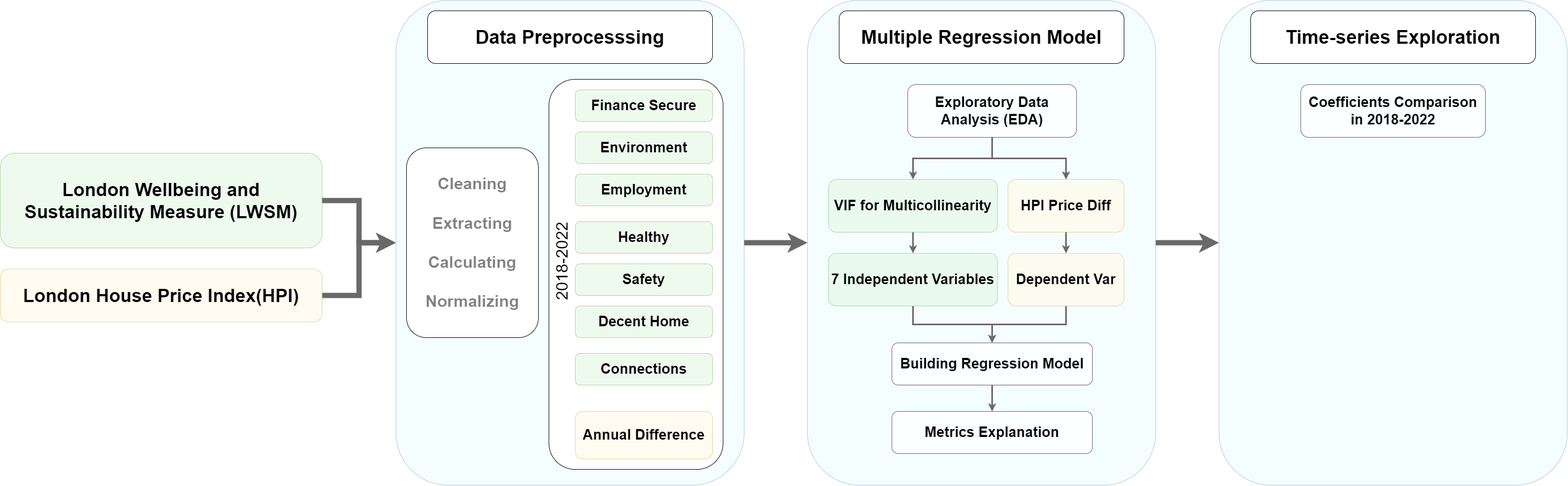
This is images/research_structure.png from BohaoSuCC/CASA0007A2QMBohaoSu, a draw.io export, as it was before one commit. Source tidied: cells renumbered, new cells last; positions are measured from the earlier drawing's top-left corner, leaving out a move shared by most shapes. Its diagram source:
```xml
<mxGraphModel>
  <root>
    <mxCell id="0" />
    <mxCell id="1" parent="0" />
    <mxCell id="2" style="rounded=1;whiteSpace=wrap;html=1;fontSize=30;fillColor=#EBFEFF;strokeColor=#6c8ebf;opacity=50;" parent="1" vertex="1">
      <mxGeometry x="750" width="660" height="920" as="geometry" />
    </mxCell>
    <mxCell id="3" style="rounded=1;whiteSpace=wrap;html=1;fontSize=31;fontStyle=1;textOpacity=50;" parent="1" vertex="1">
      <mxGeometry x="1040" y="150" width="330" height="740" as="geometry" />
    </mxCell>
    <mxCell id="4" style="edgeStyle=orthogonalEdgeStyle;rounded=0;jettySize=auto;html=1;exitX=1;exitY=0.5;exitDx=0;exitDy=0;entryX=0;entryY=0.5;entryDx=0;entryDy=0;strokeColor=#696969;strokeWidth=10;fontSize=27;" parent="1" edge="1" source="5" target="2">
      <mxGeometry relative="1" as="geometry" />
    </mxCell>
    <mxCell id="5" value="London House Price Index(HPI)" style="rounded=1;whiteSpace=wrap;html=1;fontSize=35;fontStyle=1;fillColor=#FFF9E6;strokeColor=#d6b656;opacity=60;" parent="1" vertex="1">
      <mxGeometry y="510" width="610" height="100" as="geometry" />
    </mxCell>
    <mxCell id="6" style="edgeStyle=orthogonalEdgeStyle;rounded=0;jettySize=auto;html=1;exitX=1;exitY=0.5;exitDx=0;exitDy=0;strokeColor=#696969;strokeWidth=10;fontSize=27;" parent="1" edge="1" source="7">
      <mxGeometry relative="1" as="geometry">
        <mxPoint x="750" y="460" as="targetPoint" />
      </mxGeometry>
    </mxCell>
    <mxCell id="7" value="London Wellbeing and Sustainability Measure (LWSM)" style="rounded=1;whiteSpace=wrap;html=1;fontSize=35;fontStyle=1;fillColor=#E3F7E2;strokeColor=#82b366;opacity=60;" parent="1" vertex="1">
      <mxGeometry y="290" width="610" height="180" as="geometry" />
    </mxCell>
    <mxCell id="8" style="edgeStyle=orthogonalEdgeStyle;rounded=0;jettySize=auto;html=1;exitX=1;exitY=0.5;exitDx=0;exitDy=0;entryX=0;entryY=0.5;entryDx=0;entryDy=0;fontSize=37;strokeWidth=10;strokeColor=#696969;" parent="1" edge="1" source="2" target="10">
      <mxGeometry relative="1" as="geometry" />
    </mxCell>
    <mxCell id="9" style="edgeStyle=orthogonalEdgeStyle;rounded=0;jettySize=auto;html=1;exitX=1;exitY=0.5;exitDx=0;exitDy=0;entryX=0;entryY=0.5;entryDx=0;entryDy=0;strokeColor=#696969;strokeWidth=10;fontSize=37;" parent="1" edge="1" source="10" target="11">
      <mxGeometry relative="1" as="geometry" />
    </mxCell>
    <mxCell id="10" style="rounded=1;whiteSpace=wrap;html=1;fontSize=30;fillColor=#EBFEFF;strokeColor=#6c8ebf;opacity=50;" parent="1" vertex="1">
      <mxGeometry x="1530" width="660" height="920" as="geometry" />
    </mxCell>
    <mxCell id="11" style="rounded=1;whiteSpace=wrap;html=1;fontSize=30;fillColor=#EBFEFF;strokeColor=#6c8ebf;opacity=50;" parent="1" vertex="1">
      <mxGeometry x="2310" width="660" height="920" as="geometry" />
    </mxCell>
    <mxCell id="12" value="Data Preprocesssing" style="rounded=1;whiteSpace=wrap;html=1;fontSize=36;fontStyle=1;" parent="1" vertex="1">
      <mxGeometry x="810" y="20" width="540" height="100" as="geometry" />
    </mxCell>
    <mxCell id="13" value="Multiple Regression Model" style="rounded=1;whiteSpace=wrap;html=1;fontSize=36;fontStyle=1;" parent="1" vertex="1">
      <mxGeometry x="1590" y="20" width="540" height="100" as="geometry" />
    </mxCell>
    <mxCell id="14" value="Time-series Exploration" style="rounded=1;whiteSpace=wrap;html=1;fontSize=36;fontStyle=1;" parent="1" vertex="1">
      <mxGeometry x="2370" y="20" width="540" height="100" as="geometry" />
    </mxCell>
    <mxCell id="15" value="Finance Secure" style="rounded=1;whiteSpace=wrap;html=1;fontSize=27;fillColor=#E3F7E2;opacity=60;strokeColor=#82b366;fontStyle=1;" parent="1" vertex="1">
      <mxGeometry x="1090" y="170" width="260" height="60" as="geometry" />
    </mxCell>
    <mxCell id="16" value="Environment" style="rounded=1;whiteSpace=wrap;html=1;fontSize=27;fillColor=#E3F7E2;opacity=60;strokeColor=#82b366;fontStyle=1;" parent="1" vertex="1">
      <mxGeometry x="1090" y="250" width="260" height="60" as="geometry" />
    </mxCell>
    <mxCell id="17" value="Employment" style="rounded=1;whiteSpace=wrap;html=1;fontSize=27;fillColor=#E3F7E2;opacity=60;strokeColor=#82b366;fontStyle=1;" parent="1" vertex="1">
      <mxGeometry x="1090" y="330" width="260" height="60" as="geometry" />
    </mxCell>
    <mxCell id="18" value="Healthy" style="rounded=1;whiteSpace=wrap;html=1;fontSize=27;fillColor=#E3F7E2;opacity=60;strokeColor=#82b366;fontStyle=1;" parent="1" vertex="1">
      <mxGeometry x="1090" y="420" width="260" height="60" as="geometry" />
    </mxCell>
    <mxCell id="19" value="Safety" style="rounded=1;whiteSpace=wrap;html=1;fontSize=27;fillColor=#E3F7E2;opacity=60;strokeColor=#82b366;fontStyle=1;" parent="1" vertex="1">
      <mxGeometry x="1090" y="500" width="260" height="60" as="geometry" />
    </mxCell>
    <mxCell id="20" value="Decent Home" style="rounded=1;whiteSpace=wrap;html=1;fontSize=27;fillColor=#E3F7E2;opacity=60;strokeColor=#82b366;fontStyle=1;" parent="1" vertex="1">
      <mxGeometry x="1090" y="580" width="260" height="60" as="geometry" />
    </mxCell>
    <mxCell id="21" value="Connections" style="rounded=1;whiteSpace=wrap;html=1;fontSize=27;fillColor=#E3F7E2;opacity=60;strokeColor=#82b366;fontStyle=1;" parent="1" vertex="1">
      <mxGeometry x="1090" y="670" width="260" height="60" as="geometry" />
    </mxCell>
    <mxCell id="22" value="Annual Difference" style="rounded=1;whiteSpace=wrap;html=1;fontSize=27;fillColor=#FFF9E6;opacity=60;strokeColor=#d6b656;fontStyle=1;" parent="1" vertex="1">
      <mxGeometry x="1090" y="780" width="260" height="90" as="geometry" />
    </mxCell>
    <mxCell id="23" value="Cleaning&lt;br style=&quot;font-size: 31px;&quot;&gt;&lt;br style=&quot;font-size: 31px;&quot;&gt;Extracting&lt;br style=&quot;font-size: 31px;&quot;&gt;&lt;br style=&quot;font-size: 31px;&quot;&gt;Calculating&lt;br style=&quot;font-size: 31px;&quot;&gt;&lt;br style=&quot;font-size: 31px;&quot;&gt;Normalizing" style="rounded=1;whiteSpace=wrap;html=1;fontSize=31;fontStyle=1;textOpacity=50;" parent="1" vertex="1">
      <mxGeometry x="770" y="280" width="250" height="360" as="geometry" />
    </mxCell>
    <mxCell id="24" style="edgeStyle=orthogonalEdgeStyle;rounded=0;jettySize=auto;html=1;exitX=0.5;exitY=1;exitDx=0;exitDy=0;entryX=0.5;entryY=0;entryDx=0;entryDy=0;strokeColor=#696969;strokeWidth=3;fontSize=32;" parent="1" edge="1" source="25" target="30">
      <mxGeometry relative="1" as="geometry" />
    </mxCell>
    <mxCell id="25" value="VIF for Multicollinearity" style="rounded=1;whiteSpace=wrap;html=1;fontSize=27;fillColor=#E3F7E2;opacity=60;strokeColor=#82b366;fontStyle=1;" parent="1" vertex="1">
      <mxGeometry x="1570" y="340" width="320" height="100" as="geometry" />
    </mxCell>
    <mxCell id="26" style="edgeStyle=orthogonalEdgeStyle;rounded=0;jettySize=auto;html=1;exitX=0.5;exitY=1;exitDx=0;exitDy=0;entryX=0.5;entryY=0;entryDx=0;entryDy=0;strokeColor=#696969;strokeWidth=3;fontSize=32;" parent="1" edge="1" source="28" target="25">
      <mxGeometry relative="1" as="geometry" />
    </mxCell>
    <mxCell id="27" style="edgeStyle=orthogonalEdgeStyle;rounded=0;jettySize=auto;html=1;exitX=0.5;exitY=1;exitDx=0;exitDy=0;entryX=0.5;entryY=0;entryDx=0;entryDy=0;strokeColor=#696969;strokeWidth=3;fontSize=32;" parent="1" edge="1" source="28" target="32">
      <mxGeometry relative="1" as="geometry" />
    </mxCell>
    <mxCell id="28" value="Exploratory Data Analysis (EDA)" style="rounded=1;whiteSpace=wrap;html=1;fontSize=27;opacity=60;fontStyle=1;" parent="1" vertex="1">
      <mxGeometry x="1720" y="160" width="320" height="100" as="geometry" />
    </mxCell>
    <mxCell id="29" style="edgeStyle=orthogonalEdgeStyle;rounded=0;jettySize=auto;html=1;exitX=0.5;exitY=1;exitDx=0;exitDy=0;entryX=0.5;entryY=0;entryDx=0;entryDy=0;strokeColor=#696969;strokeWidth=3;fontSize=32;" parent="1" edge="1" source="30" target="36">
      <mxGeometry relative="1" as="geometry" />
    </mxCell>
    <mxCell id="30" value="7 Independent Variables" style="rounded=1;whiteSpace=wrap;html=1;fontSize=27;fillColor=#E3F7E2;opacity=60;strokeColor=#82b366;fontStyle=1;" parent="1" vertex="1">
      <mxGeometry x="1570" y="480" width="320" height="100" as="geometry" />
    </mxCell>
    <mxCell id="31" style="edgeStyle=orthogonalEdgeStyle;rounded=0;jettySize=auto;html=1;exitX=0.5;exitY=1;exitDx=0;exitDy=0;entryX=0.5;entryY=0;entryDx=0;entryDy=0;strokeColor=#696969;strokeWidth=3;fontSize=32;" parent="1" edge="1" source="32" target="34">
      <mxGeometry relative="1" as="geometry" />
    </mxCell>
    <mxCell id="32" value="HPI Price Diff" style="rounded=1;whiteSpace=wrap;html=1;fontSize=27;fillColor=#FFF9E6;opacity=60;strokeColor=#d6b656;fontStyle=1;" parent="1" vertex="1">
      <mxGeometry x="1910" y="340" width="220" height="100" as="geometry" />
    </mxCell>
    <mxCell id="33" style="edgeStyle=orthogonalEdgeStyle;rounded=0;jettySize=auto;html=1;exitX=0.5;exitY=1;exitDx=0;exitDy=0;strokeColor=#696969;strokeWidth=3;fontSize=32;" parent="1" edge="1" source="34" target="36">
      <mxGeometry relative="1" as="geometry" />
    </mxCell>
    <mxCell id="34" value="Dependent Var" style="rounded=1;whiteSpace=wrap;html=1;fontSize=27;fillColor=#FFF9E6;opacity=60;strokeColor=#d6b656;fontStyle=1;" parent="1" vertex="1">
      <mxGeometry x="1910" y="480" width="220" height="100" as="geometry" />
    </mxCell>
    <mxCell id="35" style="edgeStyle=orthogonalEdgeStyle;rounded=0;jettySize=auto;html=1;exitX=0.5;exitY=1;exitDx=0;exitDy=0;entryX=0.5;entryY=0;entryDx=0;entryDy=0;strokeColor=#696969;strokeWidth=3;fontSize=32;" parent="1" edge="1" source="36" target="37">
      <mxGeometry relative="1" as="geometry" />
    </mxCell>
    <mxCell id="36" value="Building Regression Model" style="rounded=1;whiteSpace=wrap;html=1;fontSize=27;opacity=60;fontStyle=1;" parent="1" vertex="1">
      <mxGeometry x="1690" y="650" width="380" height="80" as="geometry" />
    </mxCell>
    <mxCell id="37" value="Metrics Explanation" style="rounded=1;whiteSpace=wrap;html=1;fontSize=27;opacity=60;fontStyle=1;" parent="1" vertex="1">
      <mxGeometry x="1690" y="780" width="380" height="80" as="geometry" />
    </mxCell>
    <mxCell id="38" value="2018-2022" style="text;html=1;strokeColor=none;fillColor=none;align=center;verticalAlign=middle;whiteSpace=wrap;rounded=0;fontSize=31;opacity=60;rotation=-90;" parent="1" vertex="1">
      <mxGeometry x="950" y="480" width="230" height="30" as="geometry" />
    </mxCell>
    <mxCell id="39" value="Coefficients Comparison in 2018-2022" style="rounded=1;whiteSpace=wrap;html=1;fontSize=27;opacity=60;fontStyle=1;" parent="1" vertex="1">
      <mxGeometry x="2465" y="160" width="350" height="100" as="geometry" />
    </mxCell>
  </root>
</mxGraphModel>
```
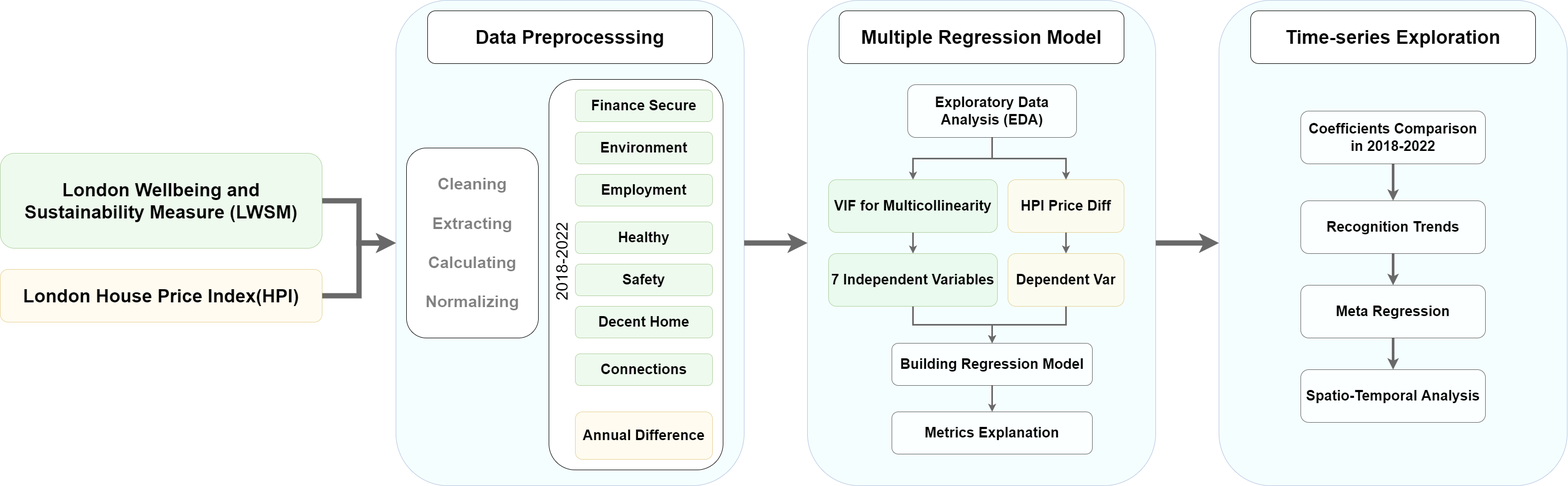
After the commit.

What changed in the source:
```diff
@@ -34,6 +34,27 @@
     <mxCell id="11" style="rounded=1;whiteSpace=wrap;html=1;fontSize=30;fillColor=#EBFEFF;strokeColor=#6c8ebf;opacity=50;" parent="1" vertex="1">
       <mxGeometry x="2310" width="660" height="920" as="geometry" />
     </mxCell>
+    <mxCell id="40" style="edgeStyle=orthogonalEdgeStyle;rounded=0;jettySize=auto;html=1;exitX=0.5;exitY=1;exitDx=0;exitDy=0;entryX=0.5;entryY=0;entryDx=0;entryDy=0;fontSize=37;strokeColor=#696969;strokeWidth=5;" parent="11" edge="1" source="41" target="44">
+      <mxGeometry relative="1" as="geometry" />
+    </mxCell>
+    <mxCell id="41" value="Meta Regression" style="rounded=1;whiteSpace=wrap;html=1;fontSize=27;opacity=60;fontStyle=1;" parent="11" vertex="1">
+      <mxGeometry x="155" y="540" width="350" height="100" as="geometry" />
+    </mxCell>
+    <mxCell id="42" style="edgeStyle=orthogonalEdgeStyle;rounded=0;jettySize=auto;html=1;exitX=0.5;exitY=1;exitDx=0;exitDy=0;entryX=0.5;entryY=0;entryDx=0;entryDy=0;strokeWidth=5;fontSize=37;strokeColor=#696969;" parent="11" edge="1" source="43" target="41">
+      <mxGeometry relative="1" as="geometry" />
+    </mxCell>
+    <mxCell id="43" value="Recognition Trends" style="rounded=1;whiteSpace=wrap;html=1;fontSize=27;opacity=60;fontStyle=1;" parent="11" vertex="1">
+      <mxGeometry x="155" y="380" width="350" height="100" as="geometry" />
+    </mxCell>
+    <mxCell id="44" value="Spatio-Temporal Analysis" style="rounded=1;whiteSpace=wrap;html=1;fontSize=27;opacity=60;fontStyle=1;" parent="11" vertex="1">
+      <mxGeometry x="155" y="700" width="350" height="100" as="geometry" />
+    </mxCell>
+    <mxCell id="45" style="edgeStyle=orthogonalEdgeStyle;rounded=0;jettySize=auto;html=1;exitX=0.5;exitY=1;exitDx=0;exitDy=0;entryX=0.5;entryY=0;entryDx=0;entryDy=0;strokeWidth=5;fontSize=37;strokeColor=#696969;" parent="11" edge="1" source="39" target="43">
+      <mxGeometry relative="1" as="geometry" />
+    </mxCell>
+    <mxCell id="39" value="Coefficients Comparison in 2018-2022" style="rounded=1;whiteSpace=wrap;html=1;fontSize=27;opacity=60;fontStyle=1;" parent="11" vertex="1">
+      <mxGeometry x="155" y="210" width="350" height="100" as="geometry" />
+    </mxCell>
     <mxCell id="12" value="Data Preprocesssing" style="rounded=1;whiteSpace=wrap;html=1;fontSize=36;fontStyle=1;" parent="1" vertex="1">
       <mxGeometry x="810" y="20" width="540" height="100" as="geometry" />
     </mxCell>
@@ -115,8 +136,5 @@
     <mxCell id="38" value="2018-2022" style="text;html=1;strokeColor=none;fillColor=none;align=center;verticalAlign=middle;whiteSpace=wrap;rounded=0;fontSize=31;opacity=60;rotation=-90;" parent="1" vertex="1">
       <mxGeometry x="950" y="480" width="230" height="30" as="geometry" />
     </mxCell>
-    <mxCell id="39" value="Coefficients Comparison in 2018-2022" style="rounded=1;whiteSpace=wrap;html=1;fontSize=27;opacity=60;fontStyle=1;" parent="1" vertex="1">
-      <mxGeometry x="2465" y="160" width="350" height="100" as="geometry" />
-    </mxCell>
   </root>
 </mxGraphModel>
```
